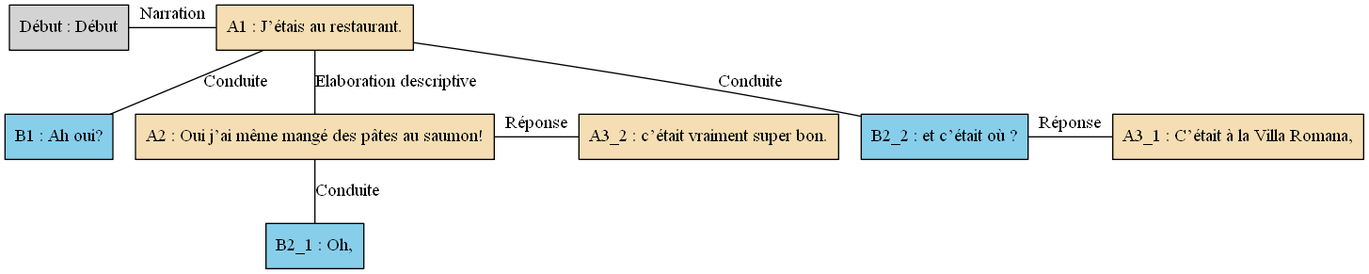
Above: arbres/Bac_a_sable/Bac_a_sable_-_C07.gv.png in AlaixComet/AnnotationSlamPTut (Graphviz), before the change. Its source is kept beside it as arbres/Bac_a_sable/Bac_a_sable_-_C07.gv. Source of this version:
```dot
digraph C07 {
	node [shape=box style=filled]
	"Début" [label="Début : Début"]
	A1 [label="A1 : J’étais au restaurant." fillcolor=wheat]
	B1 [label="B1 : Ah oui?" fillcolor=skyblue]
	A2 [label="A2 : Oui j’ai même mangé des pâtes au saumon!" fillcolor=wheat]
	B2_1 [label="B2_1 : Oh," fillcolor=skyblue]
	B2_2 [label="B2_2 : et c’était où ?" fillcolor=skyblue]
	A3_1 [label="A3_1 : C’était à la Villa Romana," fillcolor=wheat]
	A3_2 [label="A3_2 : c’était vraiment super bon." fillcolor=wheat]
	{
		rank=same
		"Début"
		A1
		"Début" -> A1 [label=Narration dir=none]
	}
	A1 -> B1 [label=Conduite dir=none]
	A1 -> A2 [label="Elaboration descriptive" dir=none]
	A2 -> B2_1 [label=Conduite dir=none]
	A1 -> B2_2 [label=Conduite dir=none]
	{
		rank=same
		B2_2
		A3_1
		B2_2 -> A3_1 [label="Réponse" dir=none]
	}
	{
		rank=same
		A2
		A3_2
		A2 -> A3_2 [label="Réponse" dir=none]
	}
}
```
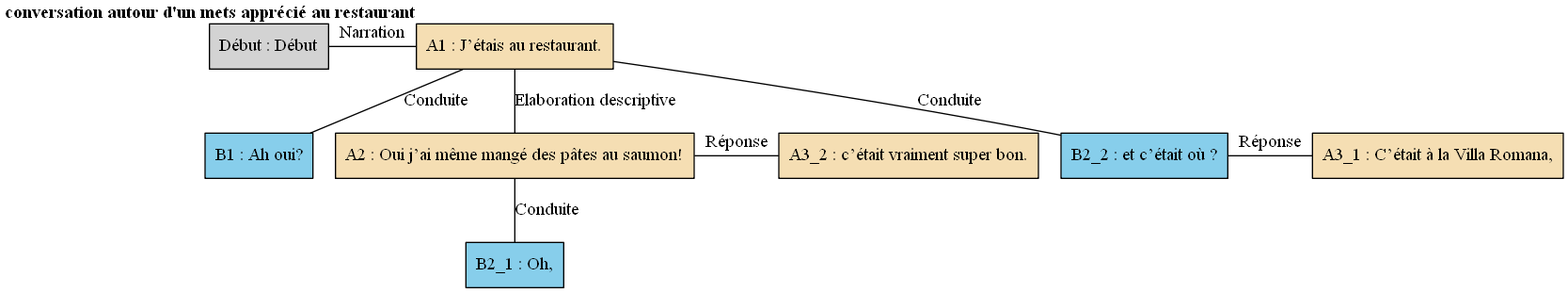
Above is the later version.

Change to the diagram source:
```diff
@@ -1,13 +1,13 @@
 digraph C07 {
 	node [shape=box style=filled]
-	"Début" [label="Début : Début"]
-	A1 [label="A1 : J’étais au restaurant." fillcolor=wheat]
-	B1 [label="B1 : Ah oui?" fillcolor=skyblue]
-	A2 [label="A2 : Oui j’ai même mangé des pâtes au saumon!" fillcolor=wheat]
-	B2_1 [label="B2_1 : Oh," fillcolor=skyblue]
-	B2_2 [label="B2_2 : et c’était où ?" fillcolor=skyblue]
-	A3_1 [label="A3_1 : C’était à la Villa Romana," fillcolor=wheat]
-	A3_2 [label="A3_2 : c’était vraiment super bon." fillcolor=wheat]
+	"Début" [label="Début : Début" xlabel=""]
+	A1 [label="A1 : J’étais au restaurant." fillcolor=wheat xlabel=<<B>conversation autour d'un mets apprécié au restaurant</B>>]
+	B1 [label="B1 : Ah oui?" fillcolor=skyblue xlabel=""]
+	A2 [label="A2 : Oui j’ai même mangé des pâtes au saumon!" fillcolor=wheat xlabel=""]
+	B2_1 [label="B2_1 : Oh," fillcolor=skyblue xlabel=""]
+	B2_2 [label="B2_2 : et c’était où ?" fillcolor=skyblue xlabel=""]
+	A3_1 [label="A3_1 : C’était à la Villa Romana," fillcolor=wheat xlabel=""]
+	A3_2 [label="A3_2 : c’était vraiment super bon." fillcolor=wheat xlabel=""]
 	{
 		rank=same
 		"Début"
```
